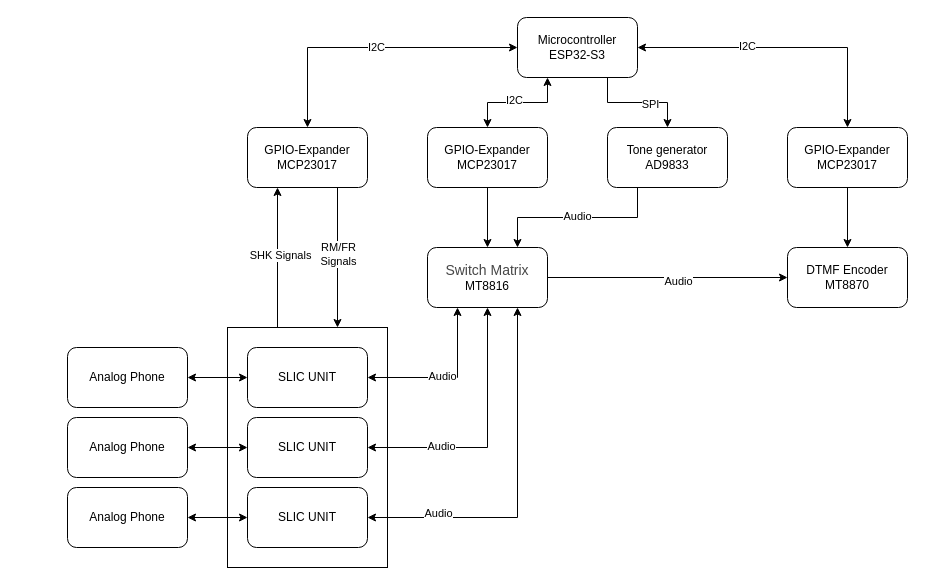
The draw.io diagram Untitled Diagram.drawio in ondfrukt/Phone-exchange, before the edit. Source tidied: cells renumbered, new cells numbered last; positions are measured from the earlier drawing's top-left corner, leaving out a move shared by most shapes. Both pictures are drawn from the tidied source at 100%, with x=0, y=0 at pixel (67, 17).
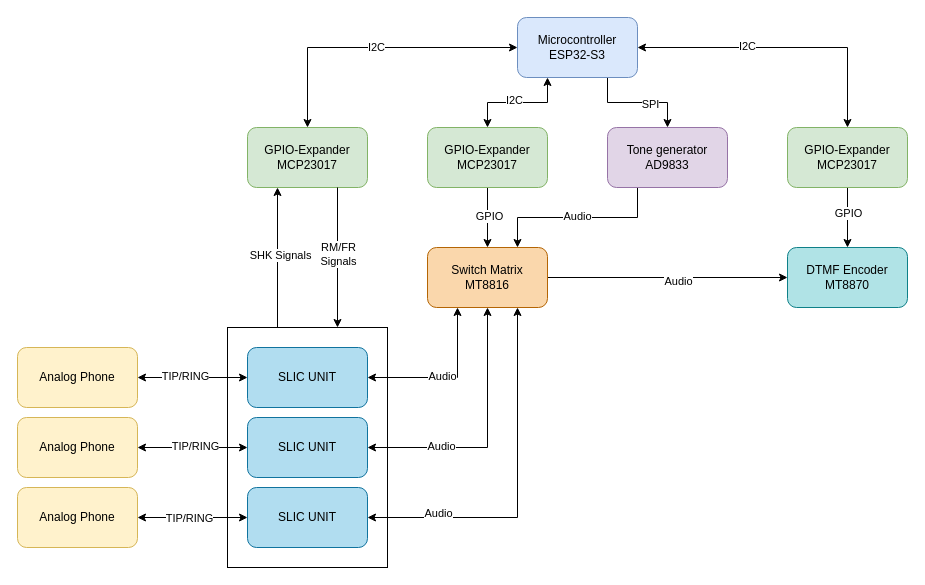
The same page after the edit.

Commit message (it also covers changes not shown here):
Block Diagram Hardware.drawio

The change refers to these unchanged cells:
```xml
<mxCell id="15" style="edgeStyle=orthogonalEdgeStyle;rounded=0;jettySize=auto;html=1;exitX=0.5;exitY=1;exitDx=0;exitDy=0;entryX=0.5;entryY=0;entryDx=0;entryDy=0;" parent="1" edge="1" source="16" target="30">
  <mxGeometry relative="1" as="geometry" />
</mxCell>
<mxCell id="34" style="edgeStyle=orthogonalEdgeStyle;rounded=0;jettySize=auto;html=1;exitX=0.5;exitY=1;exitDx=0;exitDy=0;" parent="1" edge="1" source="35" target="17">
  <mxGeometry relative="1" as="geometry" />
</mxCell>
<mxCell id="36" style="edgeStyle=orthogonalEdgeStyle;rounded=0;jettySize=auto;html=1;exitX=1;exitY=0.5;exitDx=0;exitDy=0;entryX=0;entryY=0.5;entryDx=0;entryDy=0;startArrow=classic;startFill=1;" parent="1" edge="1" source="37" target="25">
  <mxGeometry relative="1" as="geometry" />
</mxCell>
<mxCell id="38" style="edgeStyle=orthogonalEdgeStyle;rounded=0;jettySize=auto;html=1;exitX=1;exitY=0.5;exitDx=0;exitDy=0;entryX=0;entryY=0.5;entryDx=0;entryDy=0;startArrow=classic;startFill=1;" parent="1" edge="1" source="39" target="20">
  <mxGeometry relative="1" as="geometry" />
</mxCell>
<mxCell id="41" style="edgeStyle=orthogonalEdgeStyle;rounded=0;jettySize=auto;html=1;exitX=1;exitY=0.5;exitDx=0;exitDy=0;entryX=0;entryY=0.5;entryDx=0;entryDy=0;startArrow=classic;startFill=1;" parent="1" edge="1" source="42" target="40">
  <mxGeometry relative="1" as="geometry" />
</mxCell>
```

What changed in the source:
```diff
@@
-    <mxCell id="11" value="Microcontroller&lt;br&gt;ESP32-S3" style="rounded=1;whiteSpace=wrap;html=1;" parent="1" vertex="1">
+    <mxCell id="11" value="Microcontroller&lt;br&gt;ESP32-S3" style="rounded=1;whiteSpace=wrap;html=1;fillColor=#dae8fc;strokeColor=#6c8ebf;" parent="1" vertex="1">
       <mxGeometry x="450" width="120" height="60" as="geometry" />
     </mxCell>
@@
-    <mxCell id="14" value="GPIO-Expander&lt;br&gt;MCP23017" style="rounded=1;whiteSpace=wrap;html=1;" parent="1" vertex="1">
+    <mxCell id="14" value="GPIO-Expander&lt;br&gt;MCP23017" style="rounded=1;whiteSpace=wrap;html=1;fillColor=#d5e8d4;strokeColor=#82b366;" parent="1" vertex="1">
       <mxGeometry x="180" y="110" width="120" height="60" as="geometry" />
     </mxCell>
@@
+    <mxCell id="43" value="GPIO" style="edgeLabel;html=1;align=center;verticalAlign=middle;" parent="15" vertex="1">
+      <mxGeometry x="-0.08" y="1" relative="1" as="geometry" />
+    </mxCell>
-    <mxCell id="16" value="GPIO-Expander&lt;br&gt;MCP23017" style="rounded=1;whiteSpace=wrap;html=1;" parent="1" vertex="1">
+    <mxCell id="16" value="GPIO-Expander&lt;br&gt;MCP23017" style="rounded=1;whiteSpace=wrap;html=1;fillColor=#d5e8d4;strokeColor=#82b366;" parent="1" vertex="1">
       <mxGeometry x="360" y="110" width="120" height="60" as="geometry" />
     </mxCell>
-    <mxCell id="17" value="DTMF Encoder&lt;br&gt;MT8870" style="rounded=1;whiteSpace=wrap;html=1;" parent="1" vertex="1">
+    <mxCell id="17" value="DTMF Encoder&lt;br&gt;MT8870" style="rounded=1;whiteSpace=wrap;html=1;fillColor=#b0e3e6;strokeColor=#0e8088;" parent="1" vertex="1">
       <mxGeometry x="720" y="230" width="120" height="60" as="geometry" />
     </mxCell>
@@
-    <mxCell id="20" value="SLIC UNIT" style="rounded=1;whiteSpace=wrap;html=1;" parent="1" vertex="1">
+    <mxCell id="20" value="SLIC UNIT" style="rounded=1;whiteSpace=wrap;html=1;fillColor=#b1ddf0;strokeColor=#10739e;" parent="1" vertex="1">
       <mxGeometry x="180" y="470" width="120" height="60" as="geometry" />
     </mxCell>
@@
-    <mxCell id="25" value="SLIC UNIT" style="rounded=1;whiteSpace=wrap;html=1;" parent="1" vertex="1">
+    <mxCell id="25" value="SLIC UNIT" style="rounded=1;whiteSpace=wrap;html=1;fillColor=#b1ddf0;strokeColor=#10739e;" parent="1" vertex="1">
       <mxGeometry x="180" y="400" width="120" height="60" as="geometry" />
     </mxCell>
@@
-    <mxCell id="30" value="&lt;span style=&quot;color: rgb(71, 71, 71); font-family: Arial, sans-serif; font-size: 14px; text-align: start; background-color: rgb(255, 255, 255);&quot;&gt;Switch Matrix&lt;/span&gt;&lt;br&gt;MT8816" style="rounded=1;whiteSpace=wrap;html=1;" parent="1" vertex="1">
+    <mxCell id="30" value="&lt;div style=&quot;&quot;&gt;Switch Matrix&lt;/div&gt;&lt;div style=&quot;&quot;&gt;MT8816&lt;/div&gt;" style="rounded=1;whiteSpace=wrap;html=1;fillColor=#fad7ac;strokeColor=#b46504;align=center;" parent="1" vertex="1">
       <mxGeometry x="360" y="230" width="120" height="60" as="geometry" />
     </mxCell>
@@
-    <mxCell id="33" value="Tone generator&lt;div&gt;AD9833&lt;/div&gt;" style="rounded=1;whiteSpace=wrap;html=1;" parent="1" vertex="1">
+    <mxCell id="33" value="Tone generator&lt;div&gt;AD9833&lt;/div&gt;" style="rounded=1;whiteSpace=wrap;html=1;fillColor=#e1d5e7;strokeColor=#9673a6;" parent="1" vertex="1">
       <mxGeometry x="540" y="110" width="120" height="60" as="geometry" />
     </mxCell>
@@
+    <mxCell id="44" value="GPIO" style="edgeLabel;html=1;align=center;verticalAlign=middle;" parent="34" vertex="1">
+      <mxGeometry x="-0.16" y="-5" relative="1" as="geometry">
+        <mxPoint x="5" as="offset" />
+      </mxGeometry>
+    </mxCell>
-    <mxCell id="35" value="GPIO-Expander&lt;br&gt;MCP23017" style="rounded=1;whiteSpace=wrap;html=1;" parent="1" vertex="1">
+    <mxCell id="35" value="GPIO-Expander&lt;br&gt;MCP23017" style="rounded=1;whiteSpace=wrap;html=1;fillColor=#d5e8d4;strokeColor=#82b366;" parent="1" vertex="1">
       <mxGeometry x="720" y="110" width="120" height="60" as="geometry" />
     </mxCell>
@@
+    <mxCell id="45" value="TIP/RING" style="edgeLabel;html=1;align=center;verticalAlign=middle;" parent="36" vertex="1">
+      <mxGeometry x="0.04" y="2" relative="1" as="geometry" />
+    </mxCell>
-    <mxCell id="37" value="Analog Phone" style="rounded=1;whiteSpace=wrap;html=1;" parent="1" vertex="1">
-      <mxGeometry y="400" width="120" height="60" as="geometry" />
+    <mxCell id="37" value="Analog Phone" style="rounded=1;whiteSpace=wrap;html=1;fillColor=#fff2cc;strokeColor=#d6b656;" parent="1" vertex="1">
+      <mxGeometry x="-50" y="400" width="120" height="60" as="geometry" />
     </mxCell>
@@
+    <mxCell id="46" value="TIP/RING" style="edgeLabel;html=1;align=center;verticalAlign=middle;" parent="38" vertex="1">
+      <mxGeometry x="-0.07" relative="1" as="geometry" />
+    </mxCell>
-    <mxCell id="39" value="Analog Phone" style="rounded=1;whiteSpace=wrap;html=1;" parent="1" vertex="1">
-      <mxGeometry y="470" width="120" height="60" as="geometry" />
+    <mxCell id="39" value="Analog Phone" style="rounded=1;whiteSpace=wrap;html=1;fillColor=#fff2cc;strokeColor=#d6b656;" parent="1" vertex="1">
+      <mxGeometry x="-50" y="470" width="120" height="60" as="geometry" />
     </mxCell>
-    <mxCell id="40" value="SLIC UNIT" style="rounded=1;whiteSpace=wrap;html=1;" parent="1" vertex="1">
+    <mxCell id="40" value="SLIC UNIT" style="rounded=1;whiteSpace=wrap;html=1;fillColor=#b1ddf0;strokeColor=#10739e;" parent="1" vertex="1">
       <mxGeometry x="180" y="330" width="120" height="60" as="geometry" />
     </mxCell>
@@
+    <mxCell id="47" value="TIP/RING" style="edgeLabel;html=1;align=center;verticalAlign=middle;" parent="41" vertex="1">
+      <mxGeometry x="-0.15" y="2" relative="1" as="geometry" />
+    </mxCell>
-    <mxCell id="42" value="Analog Phone" style="rounded=1;whiteSpace=wrap;html=1;" parent="1" vertex="1">
-      <mxGeometry y="330" width="120" height="60" as="geometry" />
+    <mxCell id="42" value="Analog Phone" style="rounded=1;whiteSpace=wrap;html=1;fillColor=#fff2cc;strokeColor=#d6b656;" parent="1" vertex="1">
+      <mxGeometry x="-50" y="330" width="120" height="60" as="geometry" />
     </mxCell>
```
